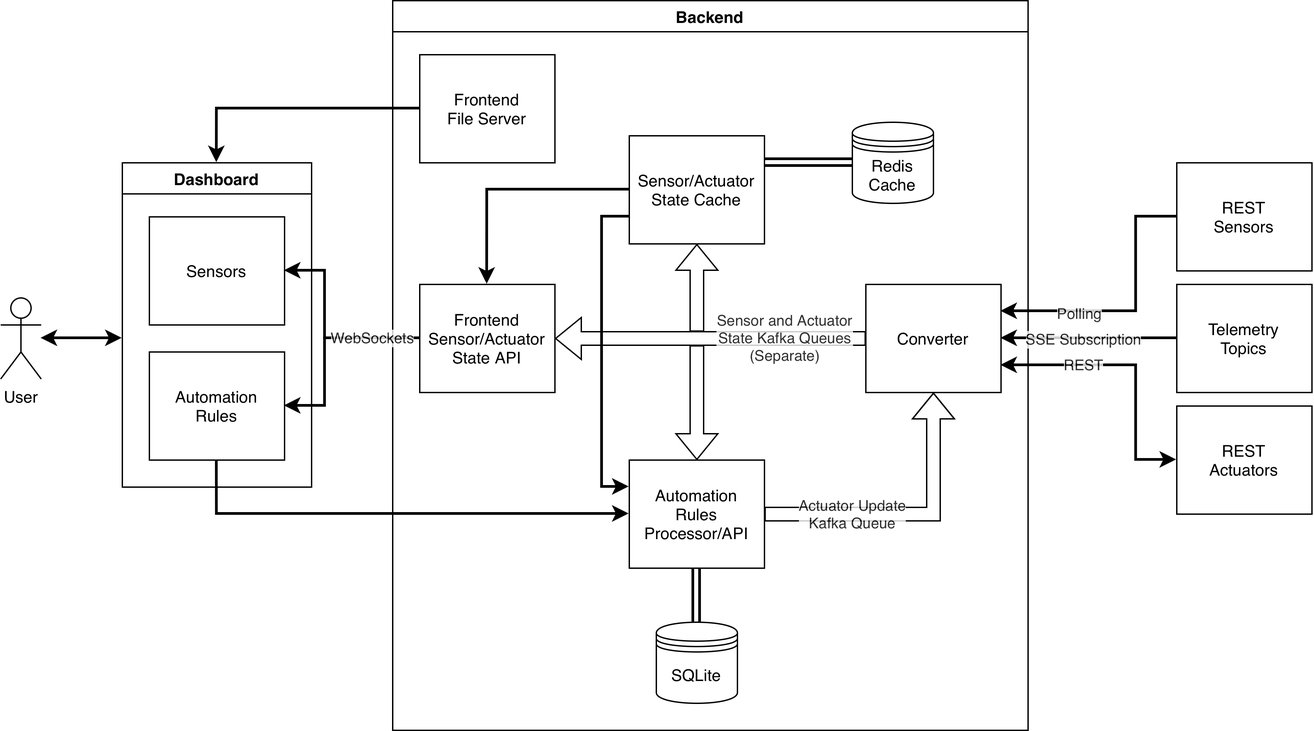
The draw.io diagram booklets/architecture.png in Loriv3/1933943_LoAP, before a commit. Source tidied: cells renumbered, new cells last; positions are measured from the earlier drawing's top-left corner, leaving out a move shared by most shapes.
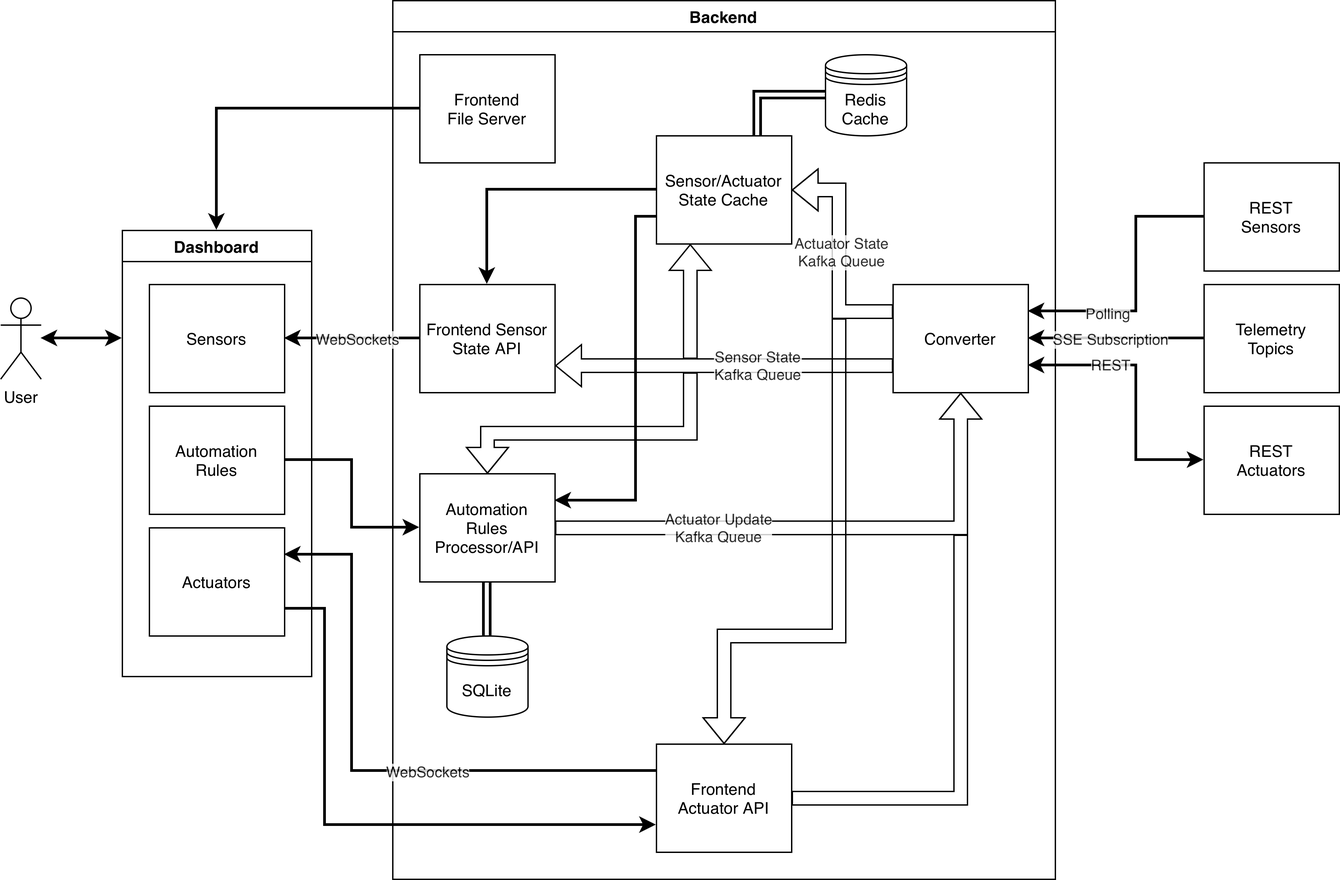
After the commit.

Commit message:
Update architecture diagrams

The edit, as a diff of the source:
```diff
@@ -2,94 +2,116 @@
   <root>
     <mxCell id="0" />
     <mxCell id="1" parent="0" />
-    <mxCell id="2" style="edgeStyle=orthogonalEdgeStyle;rounded=0;jettySize=auto;html=1;strokeWidth=2;startArrow=classic;startFill=1;" parent="1" edge="1" source="3">
-      <mxGeometry relative="1" as="geometry">
-        <mxPoint x="90" y="250" as="targetPoint" />
-      </mxGeometry>
-    </mxCell>
+    <mxCell id="36" style="edgeStyle=orthogonalEdgeStyle;rounded=0;jettySize=auto;html=1;strokeWidth=2;startArrow=classic;startFill=1;" parent="1" edge="1" source="3">
+      <mxGeometry relative="1" as="geometry">
+        <mxPoint x="90" y="250" as="targetPoint" />
+      </mxGeometry>
+    </mxCell>
     <mxCell id="3" value="User" style="shape=umlActor;verticalLabelPosition=bottom;verticalAlign=top;html=1;outlineConnect=0;" parent="1" vertex="1">
       <mxGeometry y="220" width="30" height="60" as="geometry" />
     </mxCell>
-    <mxCell id="4" style="edgeStyle=orthogonalEdgeStyle;rounded=0;jettySize=auto;html=1;entryX=0;entryY=0.5;entryDx=0;entryDy=0;strokeWidth=2;exitX=0.5;exitY=1;exitDx=0;exitDy=0;" parent="1" edge="1" source="7" target="13">
+    <mxCell id="4" style="edgeStyle=orthogonalEdgeStyle;rounded=0;jettySize=auto;html=1;entryX=0;entryY=0.5;entryDx=0;entryDy=0;strokeWidth=2;exitX=1;exitY=0.5;exitDx=0;exitDy=0;" parent="1" edge="1" source="7" target="13">
       <mxGeometry relative="1" as="geometry">
         <Array as="points">
-          <mxPoint x="160" y="380" />
+          <mxPoint x="260" y="340" />
+          <mxPoint x="260" y="390" />
         </Array>
       </mxGeometry>
     </mxCell>
     <mxCell id="5" value="Dashboard" style="swimlane;whiteSpace=wrap;html=1;" parent="1" vertex="1">
-      <mxGeometry x="90" y="120" width="140" height="240" as="geometry" />
+      <mxGeometry x="90" y="170" width="140" height="330" as="geometry" />
     </mxCell>
     <mxCell id="6" value="Sensors" style="rounded=0;whiteSpace=wrap;html=1;" parent="5" vertex="1">
       <mxGeometry x="20" y="40" width="100" height="80" as="geometry" />
     </mxCell>
+    <mxCell id="37" value="Actuators" style="rounded=0;whiteSpace=wrap;html=1;" parent="5" vertex="1">
+      <mxGeometry x="20" y="220" width="100" height="80" as="geometry" />
+    </mxCell>
     <mxCell id="7" value="Automation&lt;div&gt;Rules&lt;/div&gt;" style="rounded=0;whiteSpace=wrap;html=1;" parent="5" vertex="1">
-      <mxGeometry x="20" y="140" width="100" height="80" as="geometry" />
+      <mxGeometry x="20" y="130" width="100" height="80" as="geometry" />
     </mxCell>
     <mxCell id="8" value="Backend" style="swimlane;whiteSpace=wrap;html=1;startSize=23;" parent="1" vertex="1">
-      <mxGeometry x="290" width="470" height="540" as="geometry" />
+      <mxGeometry x="290" width="490" height="650" as="geometry" />
     </mxCell>
     <mxCell id="9" value="Converter" style="rounded=0;whiteSpace=wrap;html=1;" parent="8" vertex="1">
-      <mxGeometry x="350" y="210" width="100" height="80" as="geometry" />
+      <mxGeometry x="370" y="210" width="100" height="80" as="geometry" />
     </mxCell>
     <mxCell id="10" value="Frontend&lt;div&gt;File Server&lt;/div&gt;" style="rounded=0;whiteSpace=wrap;html=1;" parent="8" vertex="1">
       <mxGeometry x="20" y="40" width="100" height="80" as="geometry" />
     </mxCell>
-    <mxCell id="11" value="Frontend Sensor/Actuator State API" style="rounded=0;whiteSpace=wrap;html=1;" parent="8" vertex="1">
-      <mxGeometry x="20" y="210" width="100" height="80" as="geometry" />
-    </mxCell>
-    <mxCell id="12" value="Sensor and Actuator&lt;div&gt;State Kafka Queues&lt;/div&gt;&lt;div&gt;(Separate)&lt;/div&gt;" style="shape=flexArrow;endArrow=classic;html=1;rounded=0;entryX=1;entryY=0.5;entryDx=0;entryDy=0;exitX=0;exitY=0.5;exitDx=0;exitDy=0;textOpacity=80;" parent="8" edge="1">
-      <mxGeometry x="-0.48" relative="1" as="geometry">
-        <mxPoint x="350" y="250" as="sourcePoint" />
-        <mxPoint x="120" y="250" as="targetPoint" />
-      </mxGeometry>
-    </mxCell>
+    <mxCell id="38" value="Frontend Sensor State API" style="rounded=0;whiteSpace=wrap;html=1;" parent="8" vertex="1">
+      <mxGeometry x="20" y="210" width="100" height="80" as="geometry" />
+    </mxCell>
+    <mxCell id="39" value="Sensor State&lt;div&gt;Kafka Queue&lt;/div&gt;" style="shape=flexArrow;endArrow=classic;html=1;rounded=0;entryX=1;entryY=0.75;entryDx=0;entryDy=0;textOpacity=80;exitX=0;exitY=0.75;exitDx=0;exitDy=0;" parent="8" edge="1" source="9" target="38">
+      <mxGeometry x="-0.2" relative="1" as="geometry" />
+    </mxCell>
     <mxCell id="13" value="Automation&lt;div&gt;Rules&lt;/div&gt;&lt;div&gt;Processor/API&lt;/div&gt;" style="rounded=0;whiteSpace=wrap;html=1;" parent="8" vertex="1">
-      <mxGeometry x="175" y="340" width="100" height="80" as="geometry" />
+      <mxGeometry x="20" y="350" width="100" height="80" as="geometry" />
     </mxCell>
-    <mxCell id="14" style="edgeStyle=orthogonalEdgeStyle;rounded=0;jettySize=auto;html=1;entryX=0.5;entryY=0;entryDx=0;entryDy=0;strokeWidth=2;" parent="8" edge="1" source="17">
-      <mxGeometry relative="1" as="geometry">
-        <mxPoint x="70" y="210" as="targetPoint" />
-      </mxGeometry>
-    </mxCell>
+    <mxCell id="40" style="edgeStyle=orthogonalEdgeStyle;rounded=0;jettySize=auto;html=1;entryX=0.5;entryY=0;entryDx=0;entryDy=0;strokeWidth=2;" parent="8" edge="1" source="17">
+      <mxGeometry relative="1" as="geometry">
+        <mxPoint x="70" y="210" as="targetPoint" />
+      </mxGeometry>
+    </mxCell>
-    <mxCell id="15" style="edgeStyle=orthogonalEdgeStyle;rounded=0;jettySize=auto;html=1;entryX=0;entryY=0.5;entryDx=0;entryDy=0;startArrow=classic;startFill=1;shape=link;strokeWidth=2;startSize=6;endSize=6;exitX=1;exitY=0.25;exitDx=0;exitDy=0;" parent="8" edge="1" source="17" target="20">
+    <mxCell id="15" style="edgeStyle=orthogonalEdgeStyle;rounded=0;jettySize=auto;html=1;entryX=0;entryY=0.5;entryDx=0;entryDy=0;startArrow=classic;startFill=1;shape=link;strokeWidth=2;startSize=6;endSize=6;exitX=0.75;exitY=0;exitDx=0;exitDy=0;" parent="8" edge="1" source="17" target="20">
       <mxGeometry relative="1" as="geometry" />
     </mxCell>
-    <mxCell id="16" style="edgeStyle=orthogonalEdgeStyle;rounded=0;jettySize=auto;html=1;entryX=0;entryY=0.25;entryDx=0;entryDy=0;exitX=0;exitY=0.75;exitDx=0;exitDy=0;strokeWidth=2;" parent="8" edge="1" source="17" target="13">
+    <mxCell id="16" style="edgeStyle=orthogonalEdgeStyle;rounded=0;jettySize=auto;html=1;entryX=1;entryY=0.25;entryDx=0;entryDy=0;exitX=0;exitY=0.75;exitDx=0;exitDy=0;strokeWidth=2;" parent="8" edge="1" source="17" target="13">
       <mxGeometry relative="1" as="geometry">
         <Array as="points">
-          <mxPoint x="155" y="160" />
-          <mxPoint x="155" y="360" />
+          <mxPoint x="180" y="160" />
+          <mxPoint x="180" y="370" />
         </Array>
       </mxGeometry>
     </mxCell>
     <mxCell id="17" value="Sensor/Actuator State Cache" style="rounded=0;whiteSpace=wrap;html=1;" parent="8" vertex="1">
-      <mxGeometry x="175" y="100" width="100" height="80" as="geometry" />
+      <mxGeometry x="195" y="100" width="100" height="80" as="geometry" />
     </mxCell>
-    <mxCell id="18" style="shape=flexArrow;endArrow=classic;html=1;rounded=0;" parent="8" edge="1" target="17">
-      <mxGeometry relative="1" as="geometry">
-        <mxPoint x="225" y="245" as="sourcePoint" />
-      </mxGeometry>
-    </mxCell>
+    <mxCell id="41" style="shape=flexArrow;endArrow=classic;html=1;rounded=0;entryX=0.25;entryY=1;entryDx=0;entryDy=0;" parent="8" edge="1" target="17">
+      <mxGeometry relative="1" as="geometry">
+        <mxPoint x="220" y="265" as="sourcePoint" />
+      </mxGeometry>
+    </mxCell>
     <mxCell id="19" value="Actuator Update&lt;div&gt;Kafka Queue&lt;/div&gt;" style="shape=flexArrow;endArrow=classic;html=1;rounded=0;entryX=0.5;entryY=1;entryDx=0;entryDy=0;exitX=1;exitY=0.5;exitDx=0;exitDy=0;textOpacity=80;" parent="8" edge="1" source="13">
       <mxGeometry x="-0.4" relative="1" as="geometry">
-        <mxPoint x="400" y="290" as="targetPoint" />
+        <mxPoint x="420" y="290" as="targetPoint" />
         <Array as="points">
-          <mxPoint x="400" y="380" />
+          <mxPoint x="420" y="390" />
         </Array>
       </mxGeometry>
     </mxCell>
     <mxCell id="20" value="Redis&lt;div&gt;Cache&lt;/div&gt;" style="shape=datastore;whiteSpace=wrap;html=1;" parent="8" vertex="1">
-      <mxGeometry x="340" y="90" width="60" height="60" as="geometry" />
+      <mxGeometry x="320" y="40" width="60" height="60" as="geometry" />
     </mxCell>
     <mxCell id="21" value="SQLite" style="shape=datastore;whiteSpace=wrap;html=1;" parent="8" vertex="1">
-      <mxGeometry x="195" y="460" width="60" height="60" as="geometry" />
+      <mxGeometry x="40" y="470" width="60" height="60" as="geometry" />
     </mxCell>
-    <mxCell id="22" style="edgeStyle=orthogonalEdgeStyle;rounded=0;jettySize=auto;html=1;entryX=0.5;entryY=0;entryDx=0;entryDy=0;startArrow=classic;startFill=1;shape=link;exitX=0.5;exitY=1;exitDx=0;exitDy=0;strokeWidth=2;" parent="8" edge="1" source="13">
-      <mxGeometry relative="1" as="geometry">
-        <mxPoint x="225" y="460" as="targetPoint" />
-      </mxGeometry>
-    </mxCell>
+    <mxCell id="42" style="edgeStyle=orthogonalEdgeStyle;rounded=0;jettySize=auto;html=1;entryX=0.5;entryY=0;entryDx=0;entryDy=0;startArrow=classic;startFill=1;shape=link;exitX=0.5;exitY=1;exitDx=0;exitDy=0;strokeWidth=2;" parent="8" edge="1" source="13" target="21">
+      <mxGeometry relative="1" as="geometry" />
+    </mxCell>
+    <mxCell id="43" value="Frontend&lt;div&gt;Actuator API&lt;/div&gt;" style="rounded=0;whiteSpace=wrap;html=1;" parent="8" vertex="1">
+      <mxGeometry x="195" y="550" width="100" height="80" as="geometry" />
+    </mxCell>
+    <mxCell id="44" style="shape=flexArrow;endArrow=classic;html=1;rounded=0;entryX=0.5;entryY=0;entryDx=0;entryDy=0;" parent="8" edge="1" target="13">
+      <mxGeometry relative="1" as="geometry">
+        <mxPoint x="220" y="275" as="sourcePoint" />
+        <Array as="points">
+          <mxPoint x="220" y="320" />
+          <mxPoint x="70" y="320" />
+        </Array>
+      </mxGeometry>
+    </mxCell>
+    <mxCell id="45" style="shape=flexArrow;endArrow=classic;html=1;rounded=0;entryX=1;entryY=0.5;entryDx=0;entryDy=0;exitX=0;exitY=0.25;exitDx=0;exitDy=0;" parent="8" edge="1" source="9" target="17">
+      <mxGeometry relative="1" as="geometry">
+        <Array as="points">
+          <mxPoint x="330" y="230" />
+          <mxPoint x="330" y="140" />
+        </Array>
+      </mxGeometry>
+    </mxCell>
+    <mxCell id="46" value="Actuator State&lt;div&gt;Kafka Queue&lt;/div&gt;" style="edgeLabel;html=1;align=center;verticalAlign=middle;textOpacity=80;" parent="45" vertex="1">
+      <mxGeometry x="0.03" y="-1" relative="1" as="geometry" />
+    </mxCell>
     <mxCell id="23" style="edgeStyle=orthogonalEdgeStyle;rounded=0;jettySize=auto;html=1;entryX=1;entryY=0.25;entryDx=0;entryDy=0;strokeWidth=2;" parent="1" edge="1" source="25" target="9">
       <mxGeometry relative="1" as="geometry">
         <Array as="points">
@@ -102,7 +124,7 @@
       <mxGeometry x="0.42" y="1" relative="1" as="geometry" />
     </mxCell>
     <mxCell id="25" value="REST&lt;div&gt;Sensors&lt;/div&gt;" style="rounded=0;whiteSpace=wrap;html=1;" parent="1" vertex="1">
-      <mxGeometry x="870" y="120" width="100" height="80" as="geometry" />
+      <mxGeometry x="890" y="120" width="100" height="80" as="geometry" />
     </mxCell>
     <mxCell id="26" style="edgeStyle=orthogonalEdgeStyle;rounded=0;jettySize=auto;html=1;entryX=1;entryY=0.75;entryDx=0;entryDy=0;startArrow=classic;startFill=1;strokeWidth=2;" parent="1" edge="1" source="28" target="9">
       <mxGeometry relative="1" as="geometry">
@@ -118,7 +140,7 @@
       </mxGeometry>
     </mxCell>
     <mxCell id="28" value="REST&lt;div&gt;Actuators&lt;/div&gt;" style="rounded=0;whiteSpace=wrap;html=1;" parent="1" vertex="1">
-      <mxGeometry x="870" y="300" width="100" height="80" as="geometry" />
+      <mxGeometry x="890" y="300" width="100" height="80" as="geometry" />
     </mxCell>
     <mxCell id="29" style="edgeStyle=orthogonalEdgeStyle;rounded=0;jettySize=auto;html=1;entryX=1;entryY=0.5;entryDx=0;entryDy=0;strokeWidth=2;" parent="1" edge="1" source="31" target="9">
       <mxGeometry relative="1" as="geometry" />
@@ -129,31 +151,59 @@
       </mxGeometry>
     </mxCell>
     <mxCell id="31" value="Telemetry&lt;div&gt;Topics&lt;/div&gt;" style="rounded=0;whiteSpace=wrap;html=1;" parent="1" vertex="1">
-      <mxGeometry x="870" y="210" width="100" height="80" as="geometry" />
+      <mxGeometry x="890" y="210" width="100" height="80" as="geometry" />
     </mxCell>
     <mxCell id="32" style="edgeStyle=orthogonalEdgeStyle;rounded=0;jettySize=auto;html=1;entryX=0.5;entryY=0;entryDx=0;entryDy=0;strokeWidth=2;" parent="1" edge="1" source="10" target="5">
       <mxGeometry relative="1" as="geometry" />
     </mxCell>
-    <mxCell id="33" style="shape=flexArrow;endArrow=classic;html=1;rounded=0;entryX=0.5;entryY=0;entryDx=0;entryDy=0;" parent="1" edge="1" target="13">
-      <mxGeometry relative="1" as="geometry">
-        <mxPoint x="515" y="255" as="sourcePoint" />
-      </mxGeometry>
-    </mxCell>
-    <mxCell id="34" style="edgeStyle=orthogonalEdgeStyle;rounded=0;jettySize=auto;html=1;exitX=0;exitY=0.5;exitDx=0;exitDy=0;strokeWidth=2;entryX=1;entryY=0.5;entryDx=0;entryDy=0;" parent="1" edge="1" source="11" target="6">
-      <mxGeometry relative="1" as="geometry">
-        <Array as="points">
-          <mxPoint x="240" y="250" />
-          <mxPoint x="240" y="200" />
-        </Array>
-      </mxGeometry>
-    </mxCell>
-    <mxCell id="35" value="WebSockets" style="edgeStyle=orthogonalEdgeStyle;rounded=0;jettySize=auto;html=1;entryX=1;entryY=0.5;entryDx=0;entryDy=0;exitX=0;exitY=0.5;exitDx=0;exitDy=0;strokeWidth=2;textOpacity=80;" parent="1" edge="1" source="11" target="7">
-      <mxGeometry x="-0.53" relative="1" as="geometry">
-        <Array as="points">
-          <mxPoint x="240" y="250" />
-          <mxPoint x="240" y="300" />
-        </Array>
-      </mxGeometry>
-    </mxCell>
+    <mxCell id="47" style="shape=flexArrow;endArrow=classic;html=1;rounded=0;entryX=0.5;entryY=0;entryDx=0;entryDy=0;" parent="1" edge="1" target="43">
+      <mxGeometry relative="1" as="geometry">
+        <mxPoint x="620" y="235" as="sourcePoint" />
+        <Array as="points">
+          <mxPoint x="620" y="470" />
+          <mxPoint x="535" y="470" />
+        </Array>
+      </mxGeometry>
+    </mxCell>
+    <mxCell id="48" style="edgeStyle=orthogonalEdgeStyle;rounded=0;jettySize=auto;html=1;exitX=0;exitY=0.5;exitDx=0;exitDy=0;strokeWidth=2;entryX=1;entryY=0.5;entryDx=0;entryDy=0;" parent="1" edge="1" source="38" target="6">
+      <mxGeometry relative="1" as="geometry">
+        <Array as="points">
+          <mxPoint x="240" y="250" />
+          <mxPoint x="240" y="250" />
+        </Array>
+      </mxGeometry>
+    </mxCell>
+    <mxCell id="49" value="WebSockets" style="edgeLabel;html=1;align=center;verticalAlign=middle;textOpacity=80;" parent="48" vertex="1">
+      <mxGeometry x="-0.05" y="2" relative="1" as="geometry">
+        <mxPoint y="-2" as="offset" />
+      </mxGeometry>
+    </mxCell>
+    <mxCell id="50" style="edgeStyle=orthogonalEdgeStyle;rounded=0;jettySize=auto;html=1;entryX=0;entryY=0.75;entryDx=0;entryDy=0;strokeWidth=2;exitX=1;exitY=0.75;exitDx=0;exitDy=0;" parent="1" edge="1" source="37" target="43">
+      <mxGeometry relative="1" as="geometry">
+        <Array as="points">
+          <mxPoint x="240" y="450" />
+          <mxPoint x="240" y="610" />
+        </Array>
+      </mxGeometry>
+    </mxCell>
+    <mxCell id="51" style="shape=flexArrow;endArrow=none;html=1;rounded=0;exitX=1;exitY=0.5;exitDx=0;exitDy=0;textOpacity=80;endFill=0;" parent="1" edge="1" source="43">
+      <mxGeometry x="-0.34" y="60" relative="1" as="geometry">
+        <mxPoint x="710" y="395" as="targetPoint" />
+        <Array as="points">
+          <mxPoint x="710" y="590" />
+        </Array>
+      </mxGeometry>
+    </mxCell>
+    <mxCell id="52" style="edgeStyle=orthogonalEdgeStyle;rounded=0;jettySize=auto;html=1;entryX=1;entryY=0.25;entryDx=0;entryDy=0;strokeWidth=2;exitX=0;exitY=0.25;exitDx=0;exitDy=0;" parent="1" edge="1" source="43" target="37">
+      <mxGeometry relative="1" as="geometry">
+        <Array as="points">
+          <mxPoint x="260" y="570" />
+          <mxPoint x="260" y="410" />
+        </Array>
+      </mxGeometry>
+    </mxCell>
+    <mxCell id="53" value="WebSockets" style="edgeLabel;html=1;align=center;verticalAlign=middle;textOpacity=80;" parent="52" vertex="1">
+      <mxGeometry x="-0.22" relative="1" as="geometry" />
+    </mxCell>
   </root>
 </mxGraphModel>
```
